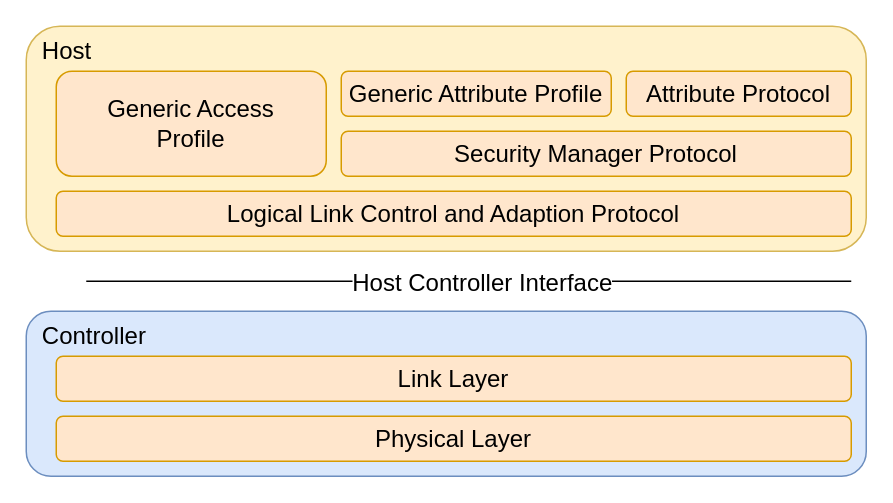
The draw.io diagram doc/bachelor_thesis_german/graphics/source/host_controller_hci.drawio in immrn/secure-ble-for-esp32-android, before the edit. Source tidied: cells renumbered, new cells numbered last; positions are measured from the earlier drawing's top-left corner, leaving out a move shared by most shapes. Both pictures are drawn from the tidied source at 150%, with x=0, y=0 at pixel (26, 26).
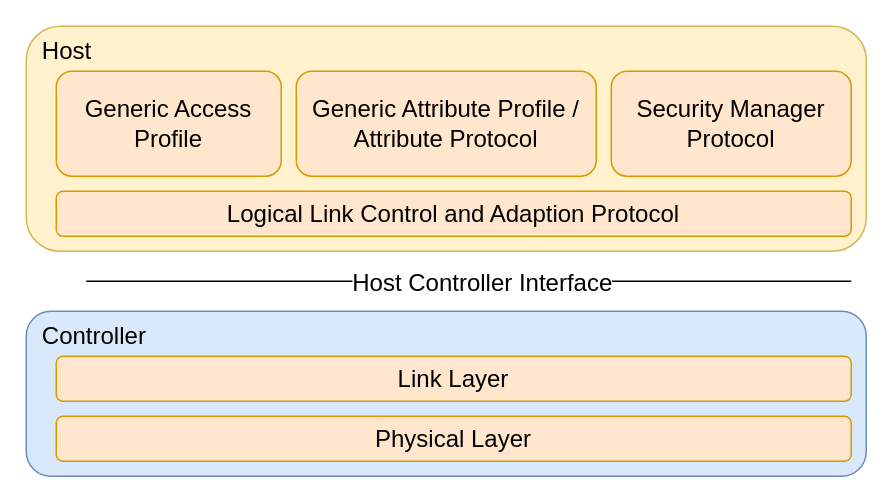
Above is the later version.

Diff of the diagram source:
```diff
@@
 <mxGraphModel>
   <root>
     <mxCell id="0" />
     <mxCell id="1" parent="0" />
     <mxCell id="2" value="&lt;font style=&quot;font-size: 16px&quot;&gt;&amp;nbsp; Host&lt;/font&gt;" style="rounded=1;whiteSpace=wrap;html=1;align=left;verticalAlign=top;fillColor=#fff2cc;strokeColor=#d6b656;" parent="1" vertex="1">
       <mxGeometry width="560" height="150" as="geometry" />
     </mxCell>
     <mxCell id="3" value="&lt;font style=&quot;font-size: 16px&quot;&gt;Generic Access&lt;br&gt;Profile&lt;/font&gt;" style="rounded=1;whiteSpace=wrap;html=1;fillColor=#ffe6cc;strokeColor=#d79b00;" parent="1" vertex="1">
-      <mxGeometry x="20" y="30" width="180" height="70" as="geometry" />
+      <mxGeometry x="20" y="30" width="150" height="70" as="geometry" />
     </mxCell>
     <mxCell id="4" value="&lt;font style=&quot;font-size: 16px&quot;&gt;Logical Link Control and Adaption Protocol&lt;/font&gt;" style="rounded=1;whiteSpace=wrap;html=1;fillColor=#ffe6cc;strokeColor=#d79b00;" parent="1" vertex="1">
       <mxGeometry x="20" y="110" width="530" height="30" as="geometry" />
     </mxCell>
     <mxCell id="5" value="&lt;font style=&quot;font-size: 16px&quot;&gt;Security Manager Protocol&lt;/font&gt;" style="rounded=1;whiteSpace=wrap;html=1;fillColor=#ffe6cc;strokeColor=#d79b00;" parent="1" vertex="1">
-      <mxGeometry x="210" y="70" width="340" height="30" as="geometry" />
+      <mxGeometry x="390" y="30" width="160" height="70" as="geometry" />
     </mxCell>
-    <mxCell id="6" value="&lt;font style=&quot;font-size: 16px&quot;&gt;Attribute Protocol&lt;/font&gt;" style="rounded=1;whiteSpace=wrap;html=1;fillColor=#ffe6cc;strokeColor=#d79b00;" parent="1" vertex="1">
-      <mxGeometry x="400" y="30" width="150" height="30" as="geometry" />
-    </mxCell>
-    <mxCell id="7" value="&lt;font style=&quot;font-size: 16px&quot;&gt;Generic Attribute Profile&lt;/font&gt;" style="rounded=1;whiteSpace=wrap;html=1;fillColor=#ffe6cc;strokeColor=#d79b00;" parent="1" vertex="1">
-      <mxGeometry x="210" y="30" width="180" height="30" as="geometry" />
+    <mxCell id="7" value="&lt;font style=&quot;font-size: 16px&quot;&gt;Generic Attribute Profile / Attribute Protocol&lt;/font&gt;" style="rounded=1;whiteSpace=wrap;html=1;fillColor=#ffe6cc;strokeColor=#d79b00;" parent="1" vertex="1">
+      <mxGeometry x="180" y="30" width="200" height="70" as="geometry" />
     </mxCell>
     <mxCell id="8" style="endArrow=none;html=1;" parent="1" edge="1">
       <mxGeometry relative="1" as="geometry">
         <mxPoint x="40" y="170" as="sourcePoint" />
         <mxPoint x="550" y="170" as="targetPoint" />
       </mxGeometry>
     </mxCell>
     <mxCell id="9" value="&lt;font style=&quot;font-size: 16px&quot;&gt;Host Controller Interface&lt;/font&gt;" style="edgeLabel;html=1;align=center;verticalAlign=middle;" parent="8" vertex="1">
       <mxGeometry x="0.04" relative="1" as="geometry">
         <mxPoint x="-2" as="offset" />
       </mxGeometry>
     </mxCell>
     <mxCell id="10" value="&lt;font style=&quot;font-size: 16px&quot;&gt;&amp;nbsp; Controller&lt;/font&gt;" style="rounded=1;whiteSpace=wrap;html=1;align=left;verticalAlign=top;fillColor=#dae8fc;strokeColor=#6c8ebf;" parent="1" vertex="1">
       <mxGeometry y="190" width="560" height="110" as="geometry" />
     </mxCell>
     <mxCell id="11" value="&lt;font style=&quot;font-size: 16px&quot;&gt;Link Layer&lt;/font&gt;" style="rounded=1;whiteSpace=wrap;html=1;fillColor=#ffe6cc;strokeColor=#d79b00;" parent="1" vertex="1">
       <mxGeometry x="20" y="220" width="530" height="30" as="geometry" />
     </mxCell>
     <mxCell id="12" value="&lt;font style=&quot;font-size: 16px&quot;&gt;Physical Layer&lt;/font&gt;" style="rounded=1;whiteSpace=wrap;html=1;fillColor=#ffe6cc;strokeColor=#d79b00;" parent="1" vertex="1">
       <mxGeometry x="20" y="260" width="530" height="30" as="geometry" />
     </mxCell>
   </root>
 </mxGraphModel>
```
